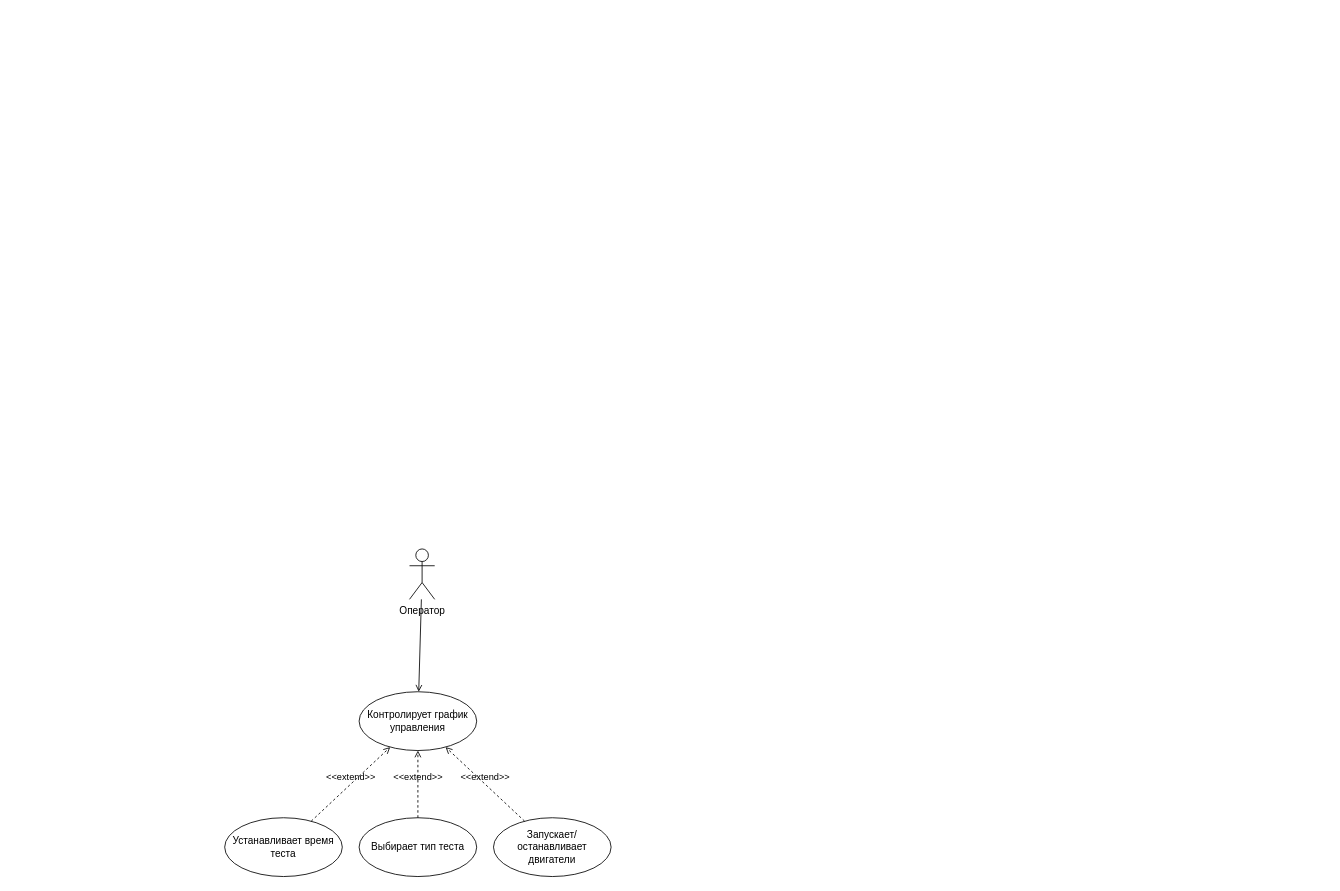
This is docs/diagrams/analytics-artifacts.drawio from TarkWight/uas-test-system, a draw.io file, before an edit. Source tidied: cells renumbered, new cells numbered last; positions are measured from the earlier drawing's top-left corner, leaving out a move shared by most shapes. Both pictures are drawn from the tidied source at 84%, with x=0, y=0 at pixel (224, 549).
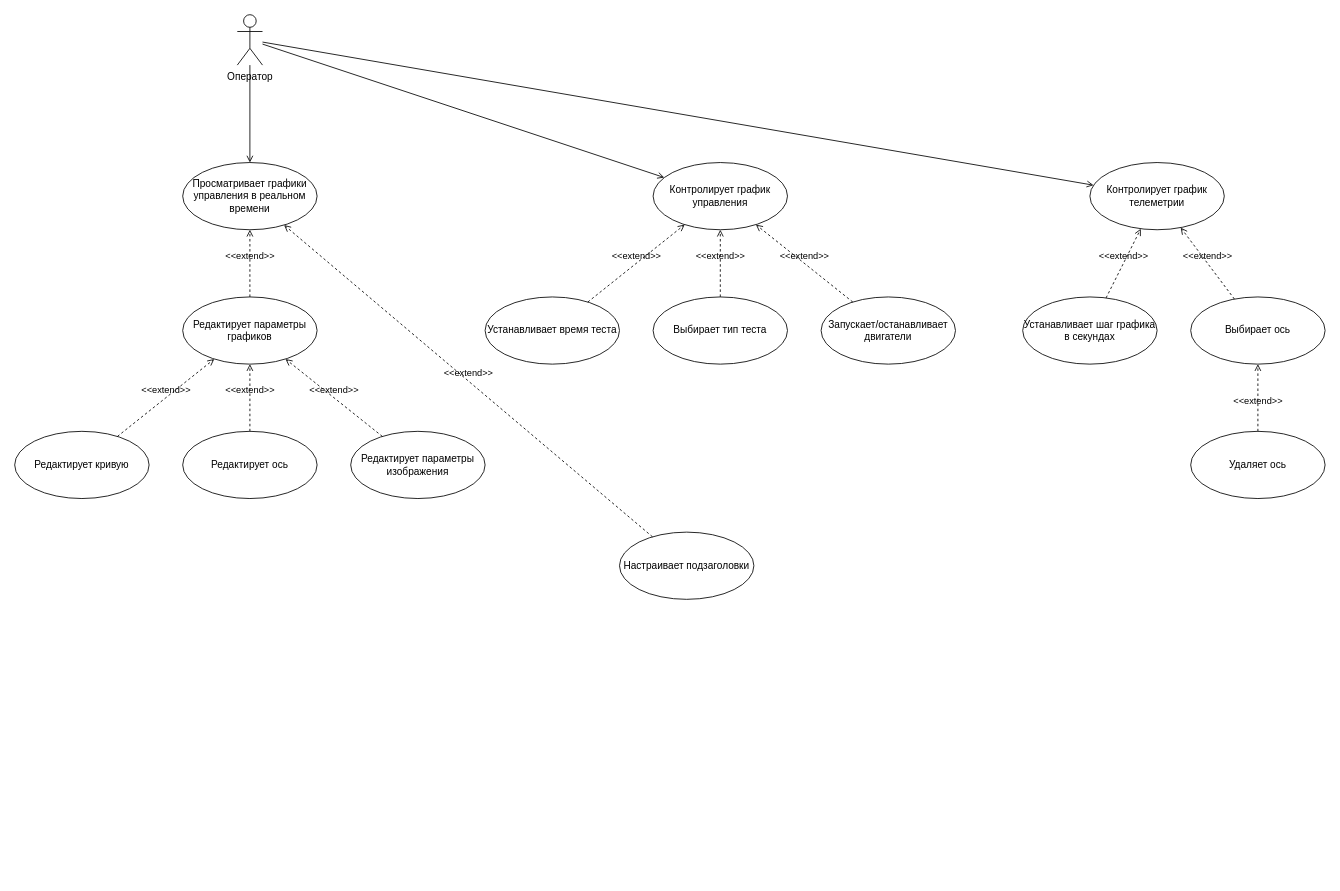
The same page after the edit.

Commit message:
? update UCD: add real-time control view graph flow

Change to the diagram source:
```diff
@@
     <mxCell id="2" value="Выбирает тип теста" style="ellipse;whiteSpace=wrap;html=1;labelBackgroundColor=none;" parent="1" vertex="1">
-      <mxGeometry x="160" y="320" width="140" height="70" as="geometry" />
+      <mxGeometry x="510" y="-300" width="160" height="80" as="geometry" />
     </mxCell>
     <mxCell id="3" value="Устанавливает время теста" style="ellipse;whiteSpace=wrap;html=1;labelBackgroundColor=none;" parent="1" vertex="1">
-      <mxGeometry y="320" width="140" height="70" as="geometry" />
+      <mxGeometry x="310" y="-300" width="160" height="80" as="geometry" />
     </mxCell>
     <mxCell id="4" value="Запускает/останавливает двигатели" style="ellipse;whiteSpace=wrap;html=1;labelBackgroundColor=none;" parent="1" vertex="1">
-      <mxGeometry x="320" y="320" width="140" height="70" as="geometry" />
+      <mxGeometry x="710" y="-300" width="160" height="80" as="geometry" />
     </mxCell>
@@
     <mxCell id="6" value="Оператор" style="shape=umlActor;verticalLabelPosition=bottom;verticalAlign=top;html=1;labelBackgroundColor=none;" parent="1" vertex="1">
-      <mxGeometry x="220" width="30" height="60" as="geometry" />
+      <mxGeometry x="15" y="-636" width="30" height="60" as="geometry" />
     </mxCell>
     <mxCell id="7" value="Контролирует график управления" style="ellipse;whiteSpace=wrap;html=1;labelBackgroundColor=none;" parent="1" vertex="1">
-      <mxGeometry x="160" y="170" width="140" height="70" as="geometry" />
+      <mxGeometry x="510" y="-460" width="160" height="80" as="geometry" />
     </mxCell>
@@
+    <mxCell id="11" style="rounded=0;jettySize=auto;html=1;endArrow=open;endFill=0;" parent="1" edge="1" source="6" target="12">
+      <mxGeometry relative="1" as="geometry" />
+    </mxCell>
+    <mxCell id="12" value="Контролирует график&lt;div&gt;телеметрии&lt;/div&gt;" style="ellipse;whiteSpace=wrap;html=1;labelBackgroundColor=none;" parent="1" vertex="1">
+      <mxGeometry x="1030" y="-460" width="160" height="80" as="geometry" />
+    </mxCell>
+    <mxCell id="13" value="Выбирает ось" style="ellipse;whiteSpace=wrap;html=1;labelBackgroundColor=none;" parent="1" vertex="1">
+      <mxGeometry x="1150" y="-300" width="160" height="80" as="geometry" />
+    </mxCell>
+    <mxCell id="14" value="Удаляет ось" style="ellipse;whiteSpace=wrap;html=1;labelBackgroundColor=none;" parent="1" vertex="1">
+      <mxGeometry x="1150" y="-140" width="160" height="80" as="geometry" />
+    </mxCell>
+    <mxCell id="15" value="Устанавливает шаг графика в секундах" style="ellipse;whiteSpace=wrap;html=1;labelBackgroundColor=none;" parent="1" vertex="1">
+      <mxGeometry x="950" y="-300" width="160" height="80" as="geometry" />
+    </mxCell>
+    <mxCell id="16" value="&amp;lt;&amp;lt;extend&amp;gt;&amp;gt;" style="html=1;verticalAlign=bottom;labelBackgroundColor=none;endArrow=open;endFill=0;dashed=1;rounded=0;" parent="1" edge="1" source="15" target="12">
+      <mxGeometry relative="1" as="geometry" />
+    </mxCell>
+    <mxCell id="17" value="&amp;lt;&amp;lt;extend&amp;gt;&amp;gt;" style="html=1;verticalAlign=bottom;labelBackgroundColor=none;endArrow=open;endFill=0;dashed=1;rounded=0;" parent="1" edge="1" source="13" target="12">
+      <mxGeometry relative="1" as="geometry" />
+    </mxCell>
+    <mxCell id="18" value="&amp;lt;&amp;lt;extend&amp;gt;&amp;gt;" style="html=1;verticalAlign=bottom;labelBackgroundColor=none;endArrow=open;endFill=0;dashed=1;rounded=0;" parent="1" edge="1" source="14" target="13">
+      <mxGeometry x="-0.33" relative="1" as="geometry" />
+    </mxCell>
+    <mxCell id="19" value="Просматривает графики управления в реальном времени" style="ellipse;whiteSpace=wrap;html=1;labelBackgroundColor=none;" parent="1" vertex="1">
+      <mxGeometry x="-50" y="-460" width="160" height="80" as="geometry" />
+    </mxCell>
+    <mxCell id="20" style="rounded=0;jettySize=auto;html=1;endArrow=open;endFill=0;labelBackgroundColor=none;fontColor=default;" parent="1" edge="1" source="6" target="19">
+      <mxGeometry relative="1" as="geometry" />
+    </mxCell>
+    <mxCell id="21" value="Редактирует параметры графиков" style="ellipse;whiteSpace=wrap;html=1;labelBackgroundColor=none;" parent="1" vertex="1">
+      <mxGeometry x="-50" y="-300" width="160" height="80" as="geometry" />
+    </mxCell>
+    <mxCell id="22" value="Редактирует ось" style="ellipse;whiteSpace=wrap;html=1;labelBackgroundColor=none;" parent="1" vertex="1">
+      <mxGeometry x="-50" y="-140" width="160" height="80" as="geometry" />
+    </mxCell>
+    <mxCell id="23" value="Редактирует кривую" style="ellipse;whiteSpace=wrap;html=1;labelBackgroundColor=none;" parent="1" vertex="1">
+      <mxGeometry x="-250" y="-140" width="160" height="80" as="geometry" />
+    </mxCell>
+    <mxCell id="24" value="Редактирует параметры изображения" style="ellipse;whiteSpace=wrap;html=1;labelBackgroundColor=none;" parent="1" vertex="1">
+      <mxGeometry x="150" y="-140" width="160" height="80" as="geometry" />
+    </mxCell>
+    <mxCell id="25" value="Настраивает подзаголовки" style="ellipse;whiteSpace=wrap;html=1;labelBackgroundColor=none;" parent="1" vertex="1">
+      <mxGeometry x="470" y="-20" width="160" height="80" as="geometry" />
+    </mxCell>
+    <mxCell id="26" value="&amp;lt;&amp;lt;extend&amp;gt;&amp;gt;" style="html=1;verticalAlign=bottom;labelBackgroundColor=none;endArrow=open;endFill=0;dashed=1;rounded=0;" parent="1" edge="1" source="23" target="21">
+      <mxGeometry relative="1" as="geometry" />
+    </mxCell>
+    <mxCell id="27" value="&amp;lt;&amp;lt;extend&amp;gt;&amp;gt;" style="html=1;verticalAlign=bottom;labelBackgroundColor=none;endArrow=open;endFill=0;dashed=1;rounded=0;" parent="1" edge="1" source="22" target="21">
+      <mxGeometry relative="1" as="geometry" />
+    </mxCell>
+    <mxCell id="28" value="&amp;lt;&amp;lt;extend&amp;gt;&amp;gt;" style="html=1;verticalAlign=bottom;labelBackgroundColor=none;endArrow=open;endFill=0;dashed=1;rounded=0;" parent="1" edge="1" source="24" target="21">
+      <mxGeometry relative="1" as="geometry" />
+    </mxCell>
+    <mxCell id="29" value="&amp;lt;&amp;lt;extend&amp;gt;&amp;gt;" style="html=1;verticalAlign=bottom;labelBackgroundColor=none;endArrow=open;endFill=0;dashed=1;rounded=0;" parent="1" edge="1" source="25" target="19">
+      <mxGeometry relative="1" as="geometry" />
+    </mxCell>
+    <mxCell id="30" value="&amp;lt;&amp;lt;extend&amp;gt;&amp;gt;" style="html=1;verticalAlign=bottom;labelBackgroundColor=none;endArrow=open;endFill=0;dashed=1;rounded=0;" parent="1" edge="1" source="21" target="19">
+      <mxGeometry relative="1" as="geometry" />
+    </mxCell>
```
